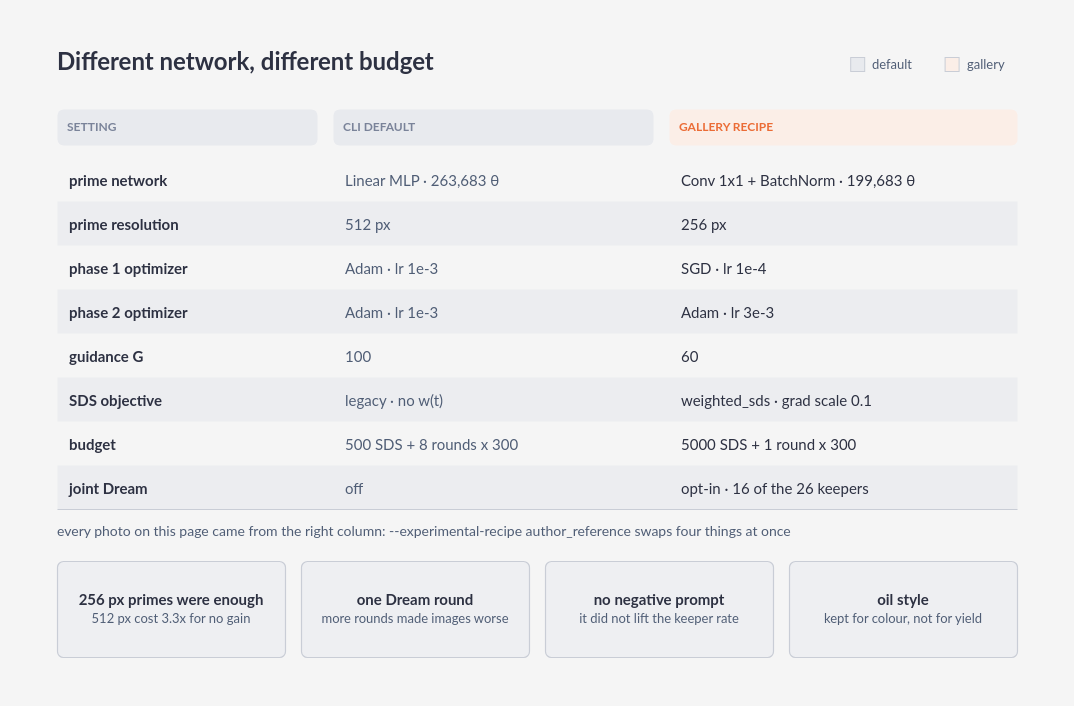
The draw.io diagram docs/figures/recipe.drawio in Portocolom-Studio/potocolom, before the edit. Source tidied: cells renumbered, new cells numbered last; positions are measured from the earlier drawing's top-left corner, leaving out a move shared by most shapes. Both pictures are drawn from the tidied source at 100%, with x=0, y=0 at pixel (17, 17).
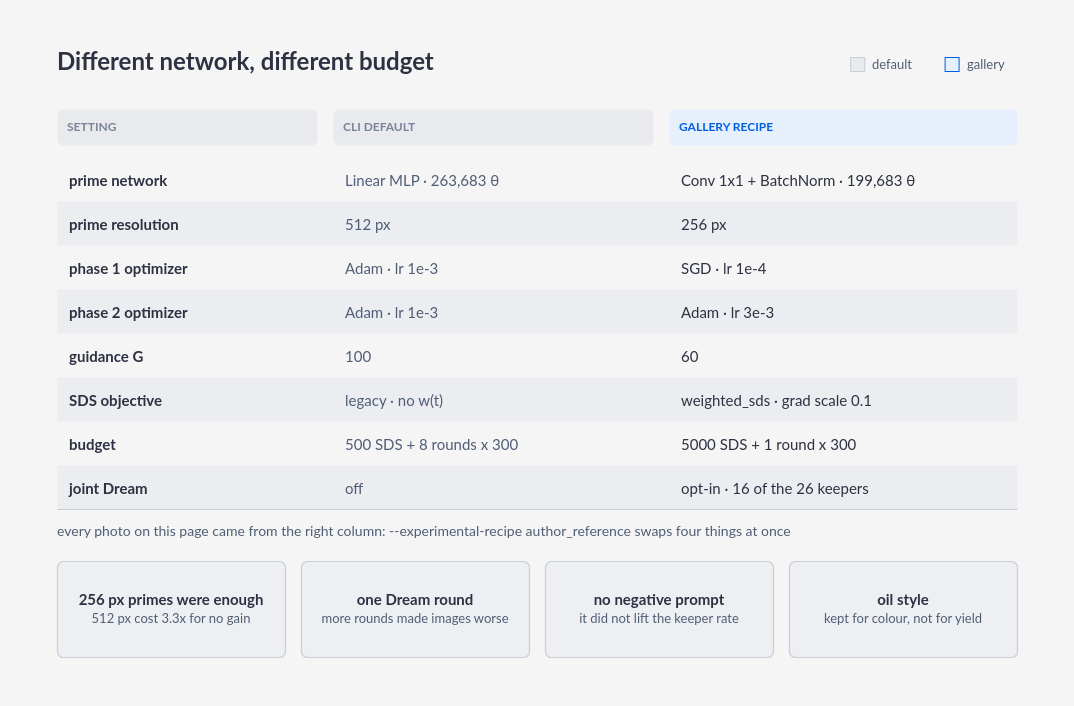
The same diagram, later.

What changed in the source:
```diff
@@
-    <mxCell id="4" style="rounded=0;absoluteArcSize=1;arcSize=12;whiteSpace=wrap;html=1;fillColor=#fbeee7;strokeColor=#c9cdd6;strokeWidth=1;fontFamily=Lato;fontSize=16;fontColor=#2d3142;fontStyle=1;align=center;verticalAlign=middle;spacing=10;" parent="1" vertex="1">
+    <mxCell id="4" style="rounded=0;absoluteArcSize=1;arcSize=12;whiteSpace=wrap;html=1;fillColor=#e6effc;strokeColor=#005ee3;strokeWidth=1;fontFamily=Lato;fontSize=16;fontColor=#2d3142;fontStyle=1;align=center;verticalAlign=middle;spacing=10;" parent="1" vertex="1">
       <mxGeometry x="927.6" y="40" width="14" height="14" as="geometry" />
     </mxCell>
@@
-    <mxCell id="10" value="GALLERY RECIPE" style="rounded=1;absoluteArcSize=1;arcSize=12;whiteSpace=wrap;html=1;fillColor=#fbeee7;strokeColor=none;strokeWidth=1.2;fontFamily=Lato;fontSize=12;fontColor=#eb6c36;fontStyle=1;align=left;verticalAlign=middle;spacing=10;" parent="1" vertex="1">
+    <mxCell id="10" value="GALLERY RECIPE" style="rounded=1;absoluteArcSize=1;arcSize=12;whiteSpace=wrap;html=1;fillColor=#e6effc;strokeColor=none;strokeWidth=1.2;fontFamily=Lato;fontSize=12;fontColor=#005ee3;fontStyle=1;align=left;verticalAlign=middle;spacing=10;" parent="1" vertex="1">
       <mxGeometry x="652" y="92" width="348" height="36" as="geometry" />
     </mxCell>
```
